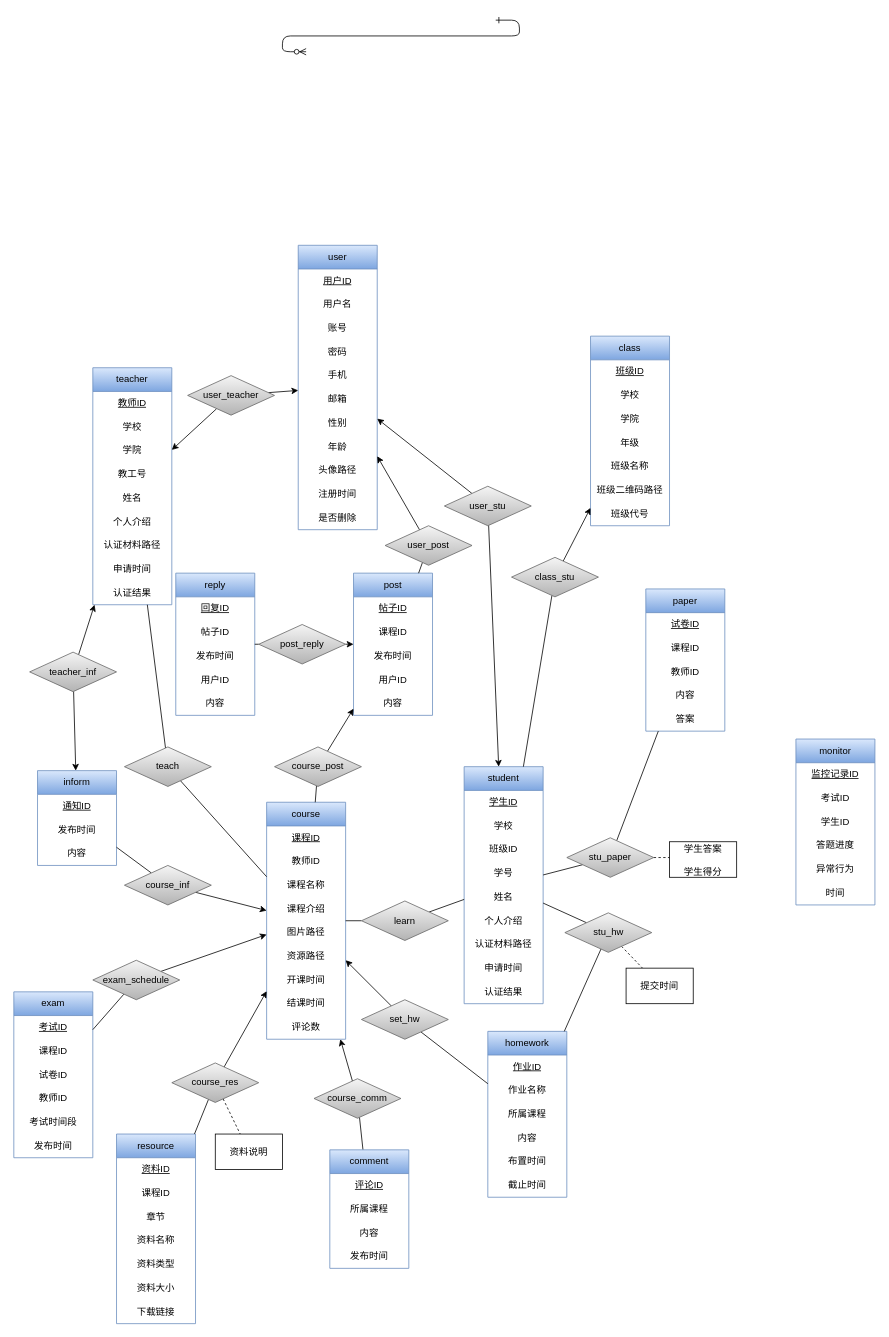
This is 未命名绘图.drawio from Umbrellalalala/Hello-World, a draw.io file, before an edit. Source tidied: cells renumbered, new cells numbered last; positions are measured from the earlier drawing's top-left corner, leaving out a move shared by most shapes. Both pictures are drawn from the tidied source at 79%, with x=0, y=0 at pixel (13, 20).
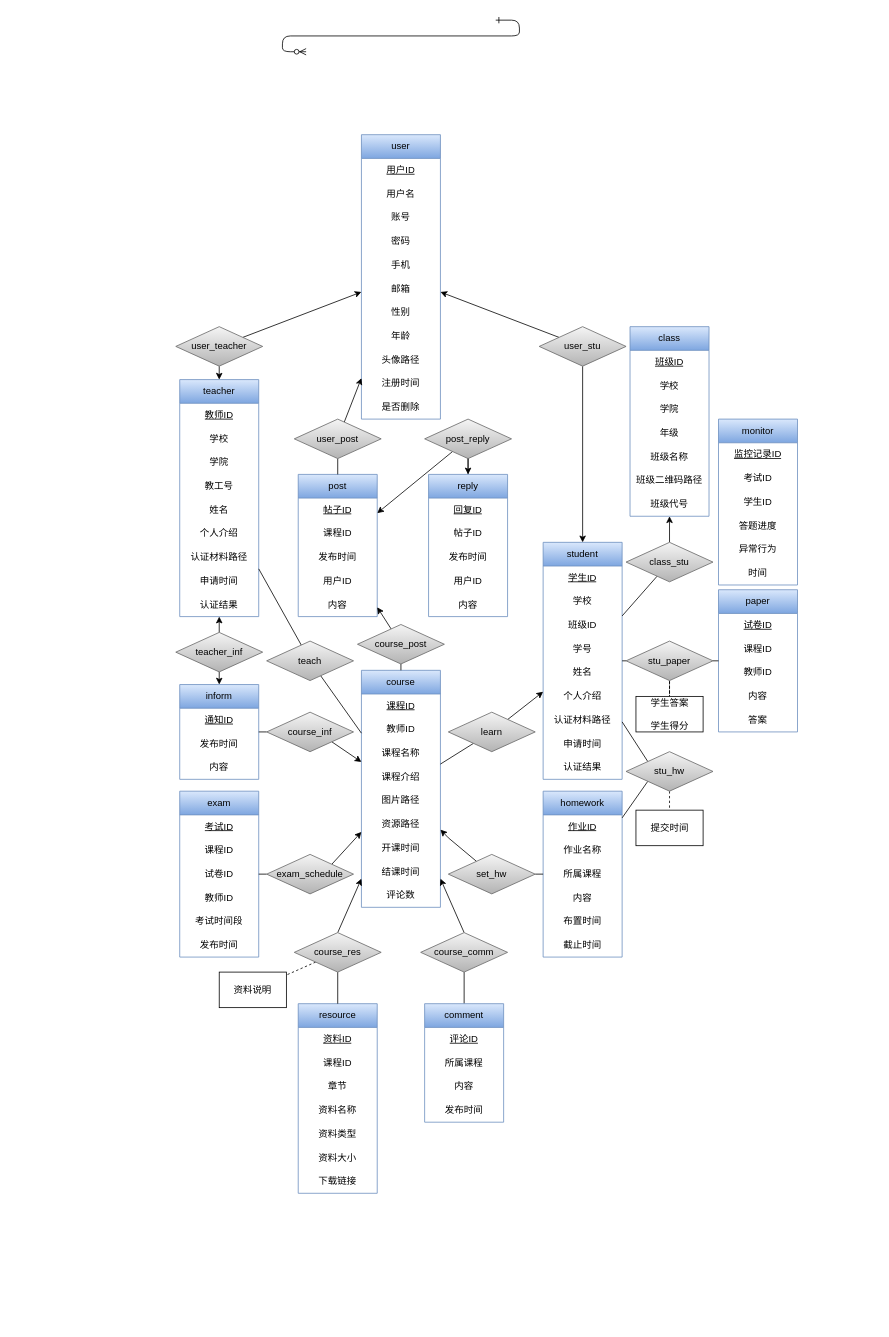
Above is the later version.

Commit message:
更新未命名绘图.drawio

Diff of the diagram source:
```diff
@@
     <mxCell id="3" value="student" style="swimlane;fontStyle=0;horizontal=1;startSize=30;whiteSpace=wrap;html=1;fillColor=#dae8fc;strokeColor=#6c8ebf;gradientColor=#7ea6e0;" parent="1" vertex="1">
-      <mxGeometry x="570" y="945" width="100" height="300" as="geometry" />
+      <mxGeometry x="670" y="661" width="100" height="300" as="geometry" />
     </mxCell>
@@
     <mxCell id="13" value="teacher" style="swimlane;fontStyle=0;horizontal=1;startSize=30;whiteSpace=wrap;html=1;fillColor=#dae8fc;gradientColor=#7ea6e0;strokeColor=#6c8ebf;" parent="1" vertex="1">
-      <mxGeometry x="100" y="440" width="100" height="300" as="geometry" />
+      <mxGeometry x="210" y="455" width="100" height="300" as="geometry" />
     </mxCell>
@@
     <mxCell id="23" value="user" style="swimlane;fontStyle=0;horizontal=1;startSize=30;whiteSpace=wrap;html=1;fillColor=#dae8fc;strokeColor=#6c8ebf;gradientColor=#7ea6e0;" parent="1" vertex="1">
-      <mxGeometry x="360" y="285" width="100" height="360" as="geometry" />
+      <mxGeometry x="440" y="145" width="100" height="360" as="geometry" />
     </mxCell>
@@
     <mxCell id="37" value="user_teacher" style="rhombus;whiteSpace=wrap;html=1;fillColor=#f5f5f5;strokeColor=#666666;gradientColor=#b3b3b3;" parent="1" vertex="1">
-      <mxGeometry x="220" y="450" width="110" height="50" as="geometry" />
+      <mxGeometry x="205" y="388" width="110" height="50" as="geometry" />
     </mxCell>
@@
     <mxCell id="40" value="user_stu" style="rhombus;whiteSpace=wrap;html=1;fillColor=#f5f5f5;strokeColor=#666666;gradientColor=#b3b3b3;" parent="1" vertex="1">
-      <mxGeometry x="545" y="590" width="110" height="50" as="geometry" />
+      <mxGeometry x="665" y="388" width="110" height="50" as="geometry" />
     </mxCell>
     <mxCell id="41" value="class" style="swimlane;fontStyle=0;horizontal=1;startSize=30;whiteSpace=wrap;html=1;fillColor=#dae8fc;strokeColor=#6c8ebf;gradientColor=#7ea6e0;" parent="1" vertex="1">
-      <mxGeometry x="730" y="400" width="100" height="240" as="geometry" />
+      <mxGeometry x="780" y="388" width="100" height="240" as="geometry" />
     </mxCell>
@@
     <mxCell id="49" value="course" style="swimlane;fontStyle=0;horizontal=1;startSize=30;whiteSpace=wrap;html=1;fillColor=#dae8fc;gradientColor=#7ea6e0;strokeColor=#6c8ebf;" parent="1" vertex="1">
-      <mxGeometry x="320" y="990" width="100" height="300" as="geometry" />
+      <mxGeometry x="440" y="823" width="100" height="300" as="geometry" />
     </mxCell>
@@
     <mxCell id="59" value="resource" style="swimlane;fontStyle=0;horizontal=1;startSize=30;whiteSpace=wrap;html=1;fillColor=#dae8fc;strokeColor=#6c8ebf;gradientColor=#7ea6e0;" parent="1" vertex="1">
-      <mxGeometry x="130" y="1410" width="100" height="240" as="geometry" />
+      <mxGeometry x="360" y="1245" width="100" height="240" as="geometry" />
     </mxCell>
@@
     <mxCell id="67" value="inform" style="swimlane;fontStyle=0;horizontal=1;startSize=30;whiteSpace=wrap;html=1;fillColor=#dae8fc;strokeColor=#6c8ebf;gradientColor=#7ea6e0;" parent="1" vertex="1">
-      <mxGeometry x="30" y="950" width="100" height="120" as="geometry" />
+      <mxGeometry x="210" y="841" width="100" height="120" as="geometry" />
     </mxCell>
@@
     <mxCell id="71" value="homework" style="swimlane;fontStyle=0;horizontal=1;startSize=30;whiteSpace=wrap;html=1;fillColor=#dae8fc;gradientColor=#7ea6e0;strokeColor=#6c8ebf;" parent="1" vertex="1">
-      <mxGeometry x="600" y="1280" width="100" height="210" as="geometry" />
+      <mxGeometry x="670" y="976" width="100" height="210" as="geometry" />
     </mxCell>
@@
-    <mxCell id="78" value="reply" style="swimlane;fontStyle=0;horizontal=1;startSize=30;whiteSpace=wrap;html=1;fillColor=#dae8fc;gradientColor=#7ea6e0;strokeColor=#6c8ebf;" parent="1" vertex="1">
-      <mxGeometry x="205" y="700" width="100" height="180" as="geometry" />
-    </mxCell>
-    <mxCell id="79" value="&lt;u&gt;回复ID&lt;/u&gt;" style="text;strokeColor=none;fillColor=none;align=center;verticalAlign=middle;spacingLeft=4;spacingRight=4;overflow=hidden;whiteSpace=wrap;html=1;" parent="78" vertex="1">
-      <mxGeometry y="30" width="100" height="30" as="geometry" />
-    </mxCell>
-    <mxCell id="80" value="帖子ID" style="text;strokeColor=none;fillColor=none;align=center;verticalAlign=middle;spacingLeft=4;spacingRight=4;overflow=hidden;whiteSpace=wrap;html=1;" parent="78" vertex="1">
-      <mxGeometry y="60" width="100" height="30" as="geometry" />
-    </mxCell>
-    <mxCell id="81" value="发布时间" style="text;strokeColor=none;fillColor=none;align=center;verticalAlign=middle;spacingLeft=4;spacingRight=4;overflow=hidden;whiteSpace=wrap;html=1;" parent="78" vertex="1">
-      <mxGeometry y="90" width="100" height="30" as="geometry" />
-    </mxCell>
-    <mxCell id="82" value="用户ID" style="text;strokeColor=none;fillColor=none;align=center;verticalAlign=middle;spacingLeft=4;spacingRight=4;overflow=hidden;whiteSpace=wrap;html=1;" parent="78" vertex="1">
-      <mxGeometry y="120" width="100" height="30" as="geometry" />
-    </mxCell>
-    <mxCell id="83" value="内容" style="text;strokeColor=none;fillColor=none;align=center;verticalAlign=middle;spacingLeft=4;spacingRight=4;overflow=hidden;whiteSpace=wrap;html=1;" parent="78" vertex="1">
-      <mxGeometry y="150" width="100" height="30" as="geometry" />
-    </mxCell>
     <mxCell id="84" value="exam" style="swimlane;fontStyle=0;horizontal=1;startSize=30;whiteSpace=wrap;html=1;fillColor=#dae8fc;strokeColor=#6c8ebf;gradientColor=#7ea6e0;" parent="1" vertex="1">
-      <mxGeometry y="1230" width="100" height="210" as="geometry" />
+      <mxGeometry x="210" y="976" width="100" height="210" as="geometry" />
     </mxCell>
@@
     <mxCell id="91" value="paper" style="swimlane;fontStyle=0;horizontal=1;startSize=30;whiteSpace=wrap;html=1;fillColor=#dae8fc;gradientColor=#7ea6e0;strokeColor=#6c8ebf;" parent="1" vertex="1">
-      <mxGeometry x="800" y="720" width="100" height="180" as="geometry" />
+      <mxGeometry x="892" y="721" width="100" height="180" as="geometry" />
     </mxCell>
@@
     <mxCell id="97" value="monitor" style="swimlane;fontStyle=0;horizontal=1;startSize=30;whiteSpace=wrap;html=1;fillColor=#dae8fc;strokeColor=#6c8ebf;gradientColor=#7ea6e0;" parent="1" vertex="1">
-      <mxGeometry x="990" y="910" width="100" height="210" as="geometry" />
+      <mxGeometry x="892" y="505" width="100" height="210" as="geometry" />
     </mxCell>
@@
     <mxCell id="105" style="rounded=0;jettySize=auto;html=1;" parent="1" edge="1" source="106" target="49">
-      <mxGeometry relative="1" as="geometry" />
+      <mxGeometry relative="1" as="geometry">
+        <Array as="points">
+          <mxPoint x="550" y="1035" />
+        </Array>
+      </mxGeometry>
     </mxCell>
     <mxCell id="106" value="set_hw" style="rhombus;whiteSpace=wrap;html=1;fillColor=#f5f5f5;strokeColor=#666666;gradientColor=#b3b3b3;" parent="1" vertex="1">
-      <mxGeometry x="440" y="1240" width="110" height="50" as="geometry" />
+      <mxGeometry x="550" y="1056" width="110" height="50" as="geometry" />
     </mxCell>
     <mxCell id="107" value="post" style="swimlane;fontStyle=0;horizontal=1;startSize=30;whiteSpace=wrap;html=1;fillColor=#dae8fc;gradientColor=#7ea6e0;strokeColor=#6c8ebf;" parent="1" vertex="1">
-      <mxGeometry x="430" y="700" width="100" height="180" as="geometry" />
+      <mxGeometry x="360" y="575" width="100" height="180" as="geometry" />
     </mxCell>
@@
     <mxCell id="115" value="course_post" style="rhombus;whiteSpace=wrap;html=1;fillColor=#f5f5f5;strokeColor=#666666;gradientColor=#b3b3b3;" parent="1" vertex="1">
-      <mxGeometry x="330" y="920" width="110" height="50" as="geometry" />
+      <mxGeometry x="435" y="765" width="110" height="50" as="geometry" />
     </mxCell>
+    <mxCell id="117" style="rounded=0;jettySize=auto;html=1;endArrow=none;endFill=0;" parent="1" edge="1" source="118" target="78">
+      <mxGeometry relative="1" as="geometry" />
+    </mxCell>
-    <mxCell id="116" style="rounded=0;jettySize=auto;html=1;endArrow=classic;endFill=1;" parent="1" edge="1" source="118" target="107">
+    <mxCell id="116" style="rounded=0;jettySize=auto;html=1;" parent="1" edge="1" source="118" target="107">
       <mxGeometry relative="1" as="geometry" />
     </mxCell>
-    <mxCell id="117" style="rounded=0;jettySize=auto;html=1;endArrow=none;endFill=0;" parent="1" edge="1" source="118" target="78">
-      <mxGeometry relative="1" as="geometry" />
-    </mxCell>
     <mxCell id="118" value="post_reply" style="rhombus;whiteSpace=wrap;html=1;fillColor=#f5f5f5;strokeColor=#666666;gradientColor=#b3b3b3;" parent="1" vertex="1">
-      <mxGeometry x="310" y="765" width="110" height="50" as="geometry" />
+      <mxGeometry x="520" y="505" width="110" height="50" as="geometry" />
     </mxCell>
@@
     <mxCell id="121" value="teacher_inf" style="rhombus;whiteSpace=wrap;html=1;fillColor=#f5f5f5;strokeColor=#666666;gradientColor=#b3b3b3;" parent="1" vertex="1">
-      <mxGeometry x="20" y="800" width="110" height="50" as="geometry" />
+      <mxGeometry x="205" y="775" width="110" height="50" as="geometry" />
     </mxCell>
@@
     <mxCell id="124" value="user_post" style="rhombus;whiteSpace=wrap;html=1;fillColor=#f5f5f5;strokeColor=#666666;gradientColor=#b3b3b3;" parent="1" vertex="1">
-      <mxGeometry x="470" y="640" width="110" height="50" as="geometry" />
+      <mxGeometry x="355" y="505" width="110" height="50" as="geometry" />
     </mxCell>
@@
     <mxCell id="127" value="class_stu" style="rhombus;whiteSpace=wrap;html=1;fillColor=#f5f5f5;strokeColor=#666666;gradientColor=#b3b3b3;" parent="1" vertex="1">
-      <mxGeometry x="630" y="680" width="110" height="50" as="geometry" />
+      <mxGeometry x="775" y="661" width="110" height="50" as="geometry" />
     </mxCell>
@@
     <mxCell id="129" value="comment" style="swimlane;fontStyle=0;horizontal=1;startSize=30;whiteSpace=wrap;html=1;fillColor=#dae8fc;strokeColor=#6c8ebf;gradientColor=#7ea6e0;" parent="1" vertex="1">
-      <mxGeometry x="400" y="1430" width="100" height="150" as="geometry" />
+      <mxGeometry x="520" y="1245" width="100" height="150" as="geometry" />
     </mxCell>
@@
-    <mxCell id="134" style="rounded=0;jettySize=auto;html=1;" parent="1" edge="1" source="135" target="49">
+    <mxCell id="134" style="rounded=0;jettySize=auto;html=1;exitX=0.5;exitY=0;exitDx=0;exitDy=0;" parent="1" edge="1" source="135" target="49">
       <mxGeometry relative="1" as="geometry" />
     </mxCell>
     <mxCell id="135" value="course_comm" style="rhombus;whiteSpace=wrap;html=1;fillColor=#f5f5f5;strokeColor=#666666;gradientColor=#b3b3b3;" parent="1" vertex="1">
-      <mxGeometry x="380" y="1340" width="110" height="50" as="geometry" />
+      <mxGeometry x="515" y="1155" width="110" height="50" as="geometry" />
     </mxCell>
@@
-    <mxCell id="137" style="rounded=0;jettySize=auto;html=1;" parent="1" edge="1" source="139" target="49">
+    <mxCell id="137" style="rounded=0;jettySize=auto;html=1;exitX=0.5;exitY=0;exitDx=0;exitDy=0;" parent="1" edge="1" source="139" target="49">
       <mxGeometry relative="1" as="geometry" />
     </mxCell>
@@
     <mxCell id="139" value="course_res" style="rhombus;whiteSpace=wrap;html=1;fillColor=#f5f5f5;strokeColor=#666666;gradientColor=#b3b3b3;" parent="1" vertex="1">
-      <mxGeometry x="200" y="1320" width="110" height="50" as="geometry" />
+      <mxGeometry x="355" y="1155" width="110" height="50" as="geometry" />
     </mxCell>
@@
-    <mxCell id="141" style="rounded=0;jettySize=auto;html=1;" parent="1" edge="1" source="142" target="49">
+    <mxCell id="141" style="rounded=0;jettySize=auto;html=1;exitX=1;exitY=1;exitDx=0;exitDy=0;" parent="1" edge="1" source="142" target="49">
       <mxGeometry relative="1" as="geometry" />
     </mxCell>
     <mxCell id="142" value="course_inf" style="rhombus;whiteSpace=wrap;html=1;fillColor=#f5f5f5;strokeColor=#666666;gradientColor=#b3b3b3;" parent="1" vertex="1">
-      <mxGeometry x="140" y="1070" width="110" height="50" as="geometry" />
+      <mxGeometry x="320" y="876" width="110" height="50" as="geometry" />
     </mxCell>
@@
-    <mxCell id="144" style="rounded=0;jettySize=auto;html=1;" parent="1" edge="1" source="145" target="49">
+    <mxCell id="144" style="rounded=0;jettySize=auto;html=1;exitX=1;exitY=0;exitDx=0;exitDy=0;" parent="1" edge="1" source="145" target="49">
       <mxGeometry relative="1" as="geometry" />
     </mxCell>
     <mxCell id="145" value="exam_schedule" style="rhombus;whiteSpace=wrap;html=1;fillColor=#f5f5f5;strokeColor=#666666;gradientColor=#b3b3b3;" parent="1" vertex="1">
-      <mxGeometry x="100" y="1190" width="110" height="50" as="geometry" />
+      <mxGeometry x="320" y="1056" width="110" height="50" as="geometry" />
     </mxCell>
@@
     <mxCell id="149" value="stu_paper" style="rhombus;whiteSpace=wrap;html=1;fillColor=#f5f5f5;strokeColor=#666666;gradientColor=#b3b3b3;" parent="1" vertex="1">
-      <mxGeometry x="700" y="1035" width="110" height="50" as="geometry" />
+      <mxGeometry x="775" y="786" width="110" height="50" as="geometry" />
     </mxCell>
     <mxCell id="150" value="学生答案&lt;div&gt;&lt;br&gt;&lt;div&gt;学生得分&lt;/div&gt;&lt;/div&gt;" style="rounded=0;whiteSpace=wrap;html=1;" parent="1" vertex="1">
-      <mxGeometry x="830" y="1040" width="85" height="45" as="geometry" />
+      <mxGeometry x="787.5" y="856" width="85" height="45" as="geometry" />
     </mxCell>
-    <mxCell id="151" style="rounded=0;jettySize=auto;html=1;endArrow=none;endFill=0;" parent="1" edge="1" source="154" target="3">
+    <mxCell id="151" style="rounded=0;jettySize=auto;html=1;endArrow=none;endFill=0;exitX=0;exitY=0;exitDx=0;exitDy=0;" parent="1" edge="1" source="154" target="3">
       <mxGeometry relative="1" as="geometry" />
     </mxCell>
-    <mxCell id="152" style="rounded=0;jettySize=auto;html=1;endArrow=none;endFill=0;" parent="1" edge="1" source="154" target="71">
+    <mxCell id="152" style="rounded=0;jettySize=auto;html=1;endArrow=none;endFill=0;exitX=0;exitY=1;exitDx=0;exitDy=0;" parent="1" edge="1" source="154" target="71">
       <mxGeometry relative="1" as="geometry" />
     </mxCell>
@@
     <mxCell id="154" value="stu_hw" style="rhombus;whiteSpace=wrap;html=1;fillColor=#f5f5f5;strokeColor=#666666;gradientColor=#b3b3b3;" parent="1" vertex="1">
-      <mxGeometry x="697.5" y="1130" width="110" height="50" as="geometry" />
+      <mxGeometry x="775" y="926" width="110" height="50" as="geometry" />
     </mxCell>
@@
-    <mxCell id="156" style="rounded=0;jettySize=auto;html=1;endArrow=none;endFill=0;" parent="1" edge="1" source="157" target="3">
+    <mxCell id="156" style="rounded=0;jettySize=auto;html=1;" parent="1" edge="1" source="157" target="3">
       <mxGeometry relative="1" as="geometry" />
     </mxCell>
     <mxCell id="157" value="learn" style="rhombus;whiteSpace=wrap;html=1;fillColor=#f5f5f5;strokeColor=#666666;gradientColor=#b3b3b3;" parent="1" vertex="1">
-      <mxGeometry x="440" y="1115" width="110" height="50" as="geometry" />
+      <mxGeometry x="550" y="876" width="110" height="50" as="geometry" />
     </mxCell>
@@
     <mxCell id="160" value="teach" style="rhombus;whiteSpace=wrap;html=1;fillColor=#f5f5f5;strokeColor=#666666;gradientColor=#b3b3b3;" parent="1" vertex="1">
-      <mxGeometry x="140" y="920" width="110" height="50" as="geometry" />
+      <mxGeometry x="320" y="786" width="110" height="50" as="geometry" />
     </mxCell>
     <mxCell id="161" value="资料说明" style="rounded=0;whiteSpace=wrap;html=1;" parent="1" vertex="1">
-      <mxGeometry x="255" y="1410" width="85" height="45" as="geometry" />
+      <mxGeometry x="260" y="1205" width="85" height="45" as="geometry" />
     </mxCell>
     <mxCell id="162" value="提交时间" style="rounded=0;whiteSpace=wrap;html=1;" parent="1" vertex="1">
-      <mxGeometry x="775" y="1200" width="85" height="45" as="geometry" />
+      <mxGeometry x="787.5" y="1000" width="85" height="45" as="geometry" />
     </mxCell>
+    <mxCell id="163" style="rounded=0;jettySize=auto;html=1;endArrow=classic;endFill=1;" parent="1" edge="1" source="118" target="78">
+      <mxGeometry relative="1" as="geometry" />
+    </mxCell>
+    <mxCell id="78" value="reply" style="swimlane;fontStyle=0;horizontal=1;startSize=30;whiteSpace=wrap;html=1;fillColor=#dae8fc;gradientColor=#7ea6e0;strokeColor=#6c8ebf;" parent="1" vertex="1">
+      <mxGeometry x="525" y="575" width="100" height="180" as="geometry" />
+    </mxCell>
+    <mxCell id="79" value="&lt;u&gt;回复ID&lt;/u&gt;" style="text;strokeColor=none;fillColor=none;align=center;verticalAlign=middle;spacingLeft=4;spacingRight=4;overflow=hidden;whiteSpace=wrap;html=1;" parent="78" vertex="1">
+      <mxGeometry y="30" width="100" height="30" as="geometry" />
+    </mxCell>
+    <mxCell id="80" value="帖子ID" style="text;strokeColor=none;fillColor=none;align=center;verticalAlign=middle;spacingLeft=4;spacingRight=4;overflow=hidden;whiteSpace=wrap;html=1;" parent="78" vertex="1">
+      <mxGeometry y="60" width="100" height="30" as="geometry" />
+    </mxCell>
+    <mxCell id="81" value="发布时间" style="text;strokeColor=none;fillColor=none;align=center;verticalAlign=middle;spacingLeft=4;spacingRight=4;overflow=hidden;whiteSpace=wrap;html=1;" parent="78" vertex="1">
+      <mxGeometry y="90" width="100" height="30" as="geometry" />
+    </mxCell>
+    <mxCell id="82" value="用户ID" style="text;strokeColor=none;fillColor=none;align=center;verticalAlign=middle;spacingLeft=4;spacingRight=4;overflow=hidden;whiteSpace=wrap;html=1;" parent="78" vertex="1">
+      <mxGeometry y="120" width="100" height="30" as="geometry" />
+    </mxCell>
+    <mxCell id="83" value="内容" style="text;strokeColor=none;fillColor=none;align=center;verticalAlign=middle;spacingLeft=4;spacingRight=4;overflow=hidden;whiteSpace=wrap;html=1;" parent="78" vertex="1">
+      <mxGeometry y="150" width="100" height="30" as="geometry" />
+    </mxCell>
```
